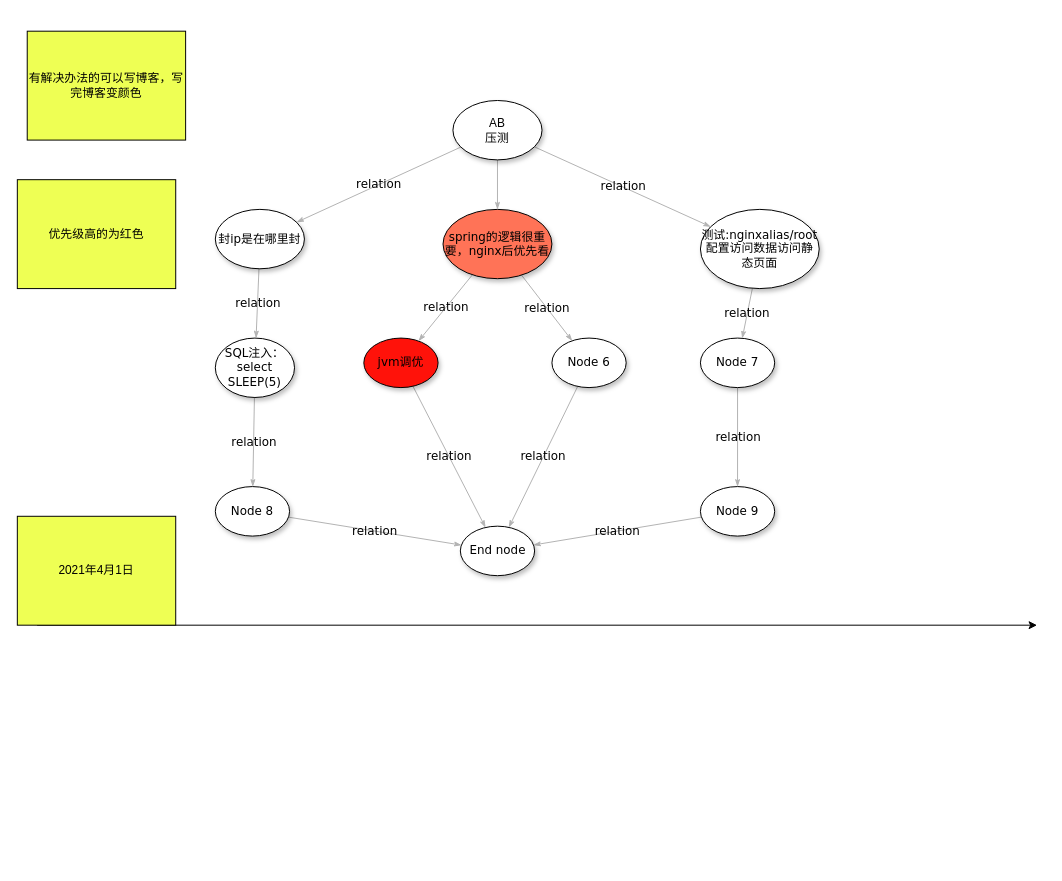
This is 待办.drawio from pikefeier/diagrams, a draw.io file, before an edit. Source tidied: cells renumbered, new cells numbered last; positions are measured from the earlier drawing's top-left corner, leaving out a move shared by most shapes. Both pictures are drawn from the tidied source at 99%, with x=0, y=0 at pixel (17, 31).
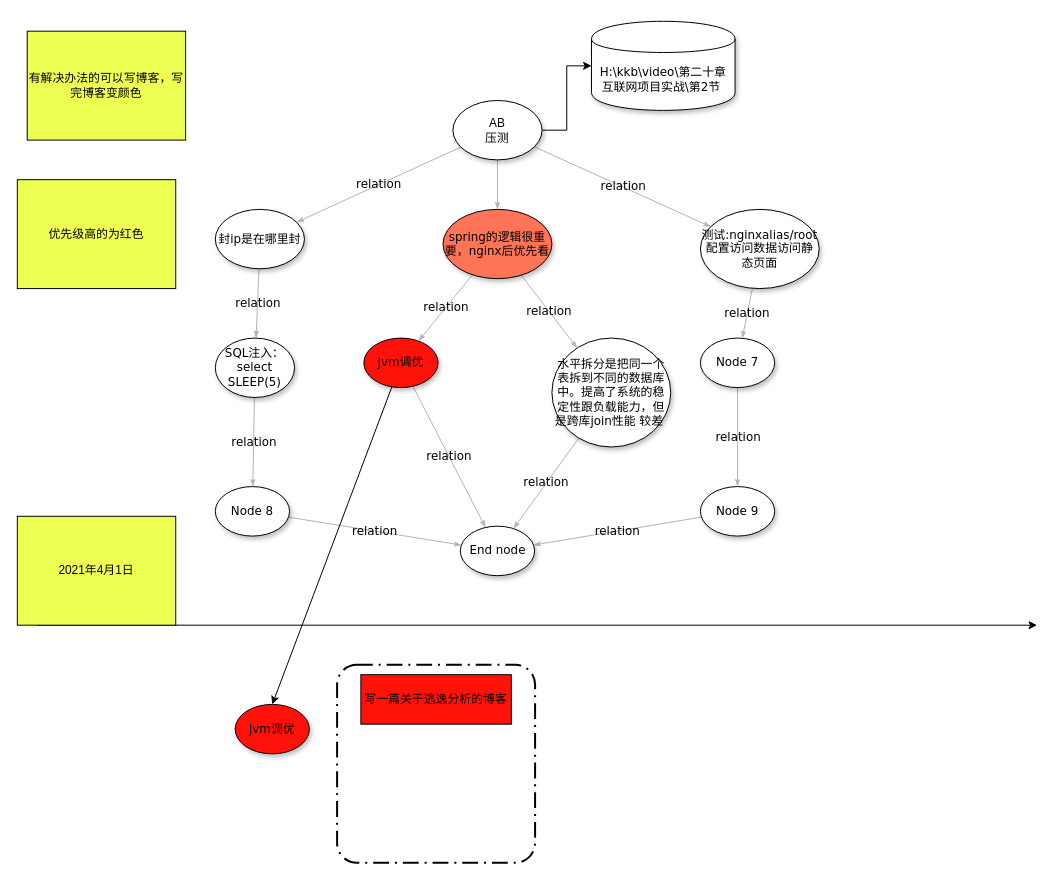
After the change.

Unchanged cells that the change refers to:
```xml
<mxCell id="5" value="&lt;span style=&quot;font-family: &amp;#34;helvetica&amp;#34;&quot;&gt;AB&lt;/span&gt;&lt;br style=&quot;font-family: &amp;#34;helvetica&amp;#34;&quot;&gt;&lt;span style=&quot;font-family: &amp;#34;helvetica&amp;#34;&quot;&gt;压测&lt;/span&gt;" style="ellipse;whiteSpace=wrap;html=1;rounded=0;shadow=1;comic=0;labelBackgroundColor=none;strokeWidth=1;fontFamily=Verdana;fontSize=12;align=center;" parent="1" vertex="1">
  <mxGeometry x="440" y="70" width="90" height="60" as="geometry" />
</mxCell>
<mxCell id="18" value="&lt;span&gt;jvm调优&lt;/span&gt;" style="ellipse;whiteSpace=wrap;html=1;rounded=0;shadow=1;comic=0;labelBackgroundColor=none;strokeWidth=1;fontFamily=Verdana;fontSize=12;align=center;fillColor=#FF120A;" parent="1" vertex="1">
  <mxGeometry x="350" y="310" width="75" height="50" as="geometry" />
</mxCell>
```

The edit, as a diff of the source:
```diff
@@
+    <mxCell id="30" style="edgeStyle=orthogonalEdgeStyle;rounded=0;jettySize=auto;html=1;" parent="1" edge="1" source="5" target="35">
+      <mxGeometry relative="1" as="geometry" />
+    </mxCell>
@@
-    <mxCell id="16" value="&lt;span&gt;Node 6&lt;/span&gt;" style="ellipse;whiteSpace=wrap;html=1;rounded=0;shadow=1;comic=0;labelBackgroundColor=none;strokeWidth=1;fontFamily=Verdana;fontSize=12;align=center;" parent="1" vertex="1">
-      <mxGeometry x="540" y="310" width="75" height="50" as="geometry" />
+    <mxCell id="16" value="水平拆分是把同一个表拆到不同的数据库中。提高了系统的稳定性跟负载能力，但是跨库join性能 较差&amp;nbsp;" style="ellipse;whiteSpace=wrap;html=1;rounded=0;shadow=1;comic=0;labelBackgroundColor=none;strokeWidth=1;fontFamily=Verdana;fontSize=12;align=center;" parent="1" vertex="1">
+      <mxGeometry x="540" y="310" width="120" height="110" as="geometry" />
     </mxCell>
@@
+    <mxCell id="31" value="&lt;span&gt;jvm调优&lt;/span&gt;" style="ellipse;whiteSpace=wrap;html=1;rounded=0;shadow=1;comic=0;labelBackgroundColor=none;strokeWidth=1;fontFamily=Verdana;fontSize=12;align=center;fillColor=#FF120A;" parent="1" vertex="1">
+      <mxGeometry x="220" y="680" width="75" height="50" as="geometry" />
+    </mxCell>
+    <mxCell id="32" style="endArrow=classic;html=1;entryX=0.5;entryY=0;entryDx=0;entryDy=0;" parent="1" edge="1" source="18" target="31">
+      <mxGeometry relative="1" as="geometry" />
+    </mxCell>
+    <mxCell id="33" style="rounded=1;arcSize=10;dashed=1;strokeColor=#000000;fillColor=none;gradientColor=none;dashPattern=8 3 1 3;strokeWidth=2;" parent="1" vertex="1">
+      <mxGeometry x="323" y="640" width="200" height="200" as="geometry" />
+    </mxCell>
+    <mxCell id="34" value="写一篇关于逃逸分析的博客" style="rounded=0;whiteSpace=wrap;html=1;fillColor=#FF120A;" parent="1" vertex="1">
+      <mxGeometry x="347" y="650" width="152" height="50" as="geometry" />
+    </mxCell>
+    <mxCell id="35" value="H:\kkb\video\第二十章 互联网项目实战\第2节&amp;nbsp;" style="shape=cylinder;whiteSpace=wrap;html=1;boundedLbl=1;backgroundOutline=1;rounded=0;shadow=1;fontFamily=Verdana;strokeWidth=1;comic=0;" parent="1" vertex="1">
+      <mxGeometry x="580" y="-10" width="145" height="90" as="geometry" />
+    </mxCell>
```
